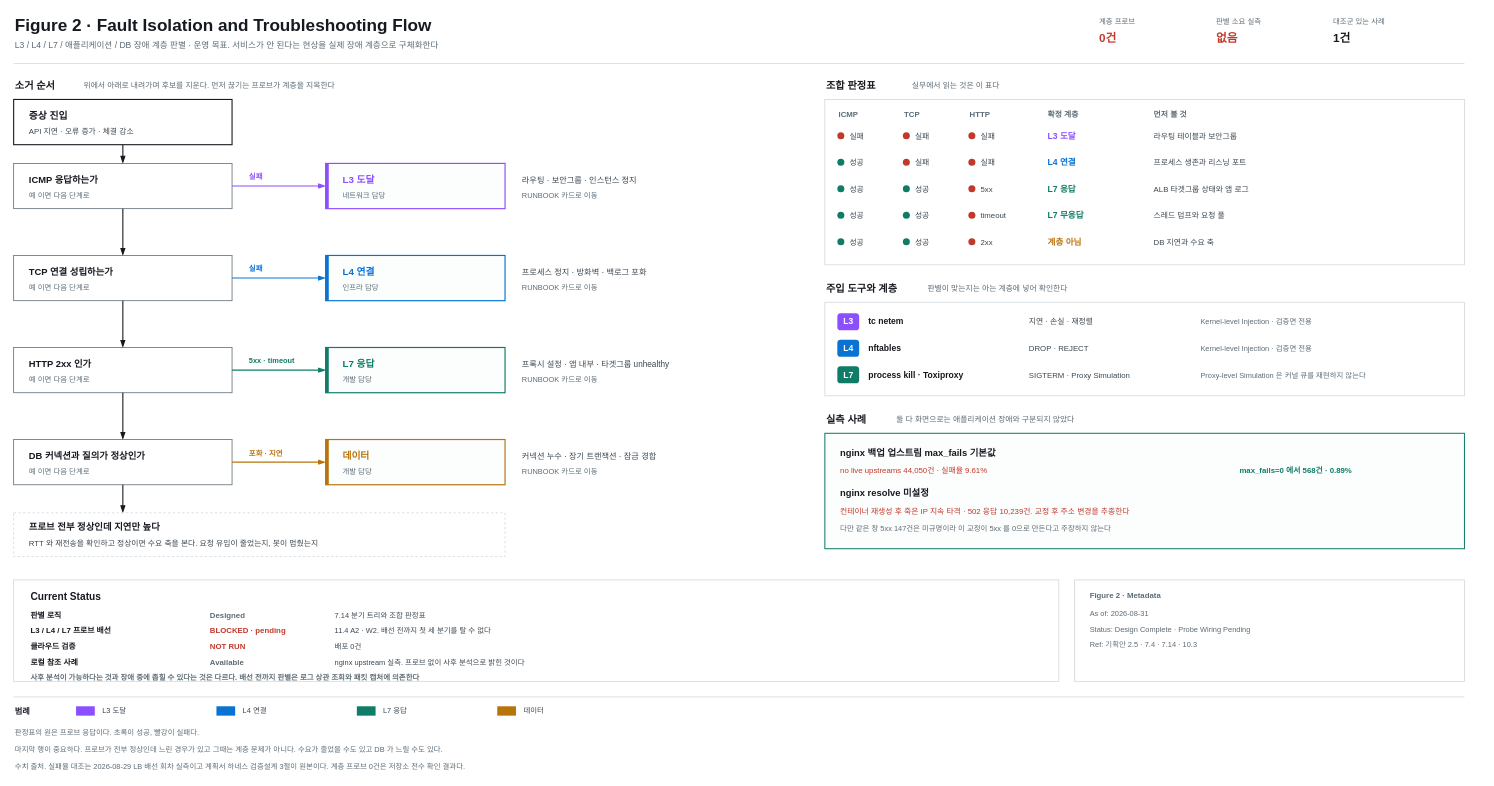
Earlier version of the draw.io diagram 제출_20260901/diagram/계층판별_트리.drawio (SanghyeokLee-KR/failstop). Source tidied: cells renumbered, new cells numbered last; positions are measured from the earlier drawing's top-left corner, leaving out a move shared by most shapes. Both pictures are drawn from the tidied source at 78%, with x=0, y=0 at pixel (13, 13).
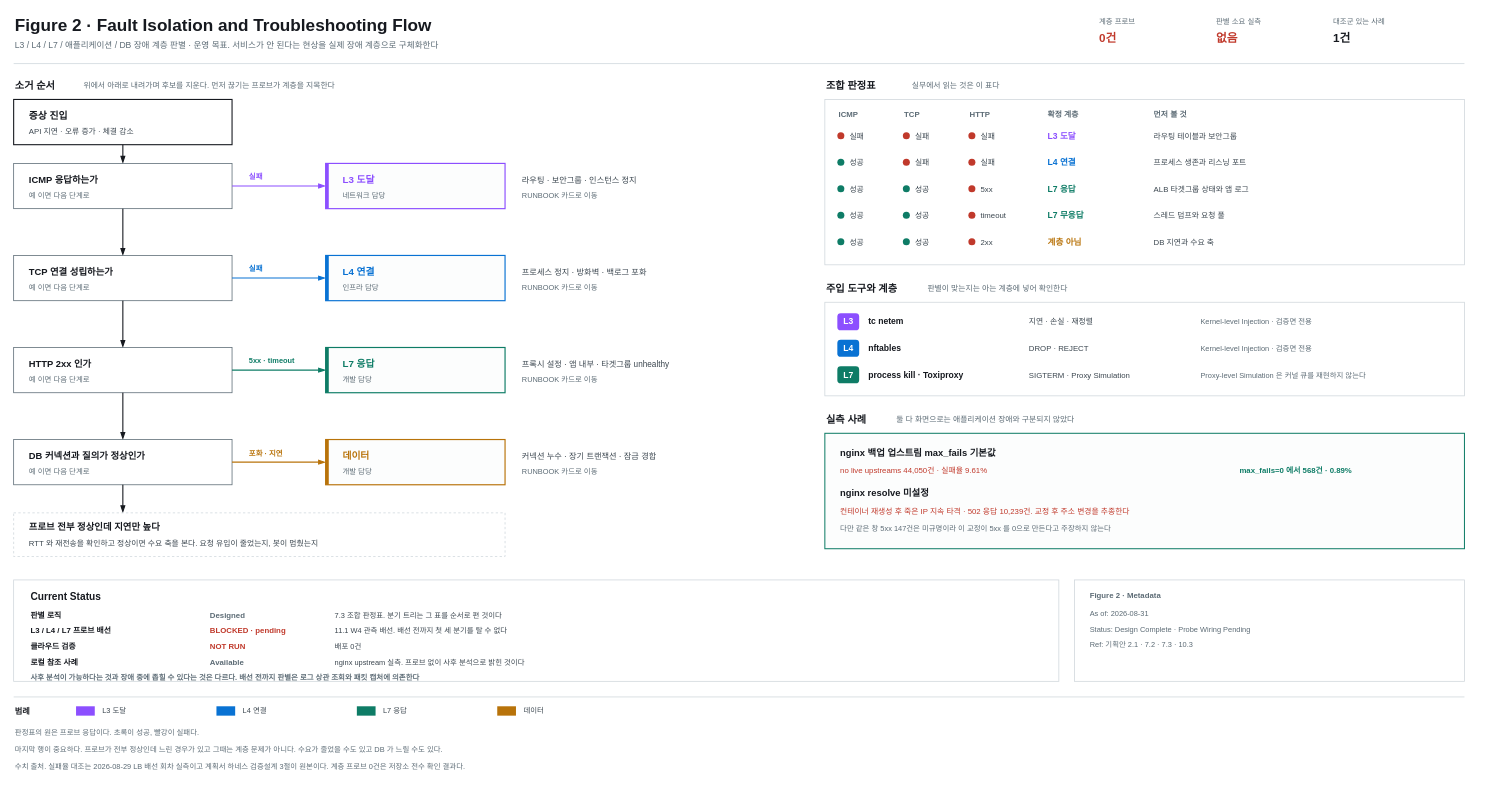
The same diagram, later.

Diff of the diagram source:
```diff
@@
-    <mxCell id="144" value="7.14 분기 트리와 조합 판정표" style="text;html=1;strokeColor=none;fillColor=none;align=left;verticalAlign=middle;whiteSpace=wrap;fontSize=9.5;fontColor=#3C4750;fontStyle=0;fontFamily=Malgun Gothic;" parent="1" vertex="1">
+    <mxCell id="144" value="7.3 조합 판정표. 분기 트리는 그 표를 순서로 편 것이다" style="text;html=1;strokeColor=none;fillColor=none;align=left;verticalAlign=middle;whiteSpace=wrap;fontSize=9.5;fontColor=#3C4750;fontStyle=0;fontFamily=Malgun Gothic;" parent="1" vertex="1">
       <mxGeometry x="410" y="762" width="900" height="18" as="geometry" />
     </mxCell>
@@
-    <mxCell id="147" value="11.4 A2 · W2. 배선 전까지 첫 세 분기를 탈 수 없다" style="text;html=1;strokeColor=none;fillColor=none;align=left;verticalAlign=middle;whiteSpace=wrap;fontSize=9.5;fontColor=#3C4750;fontStyle=0;fontFamily=Malgun Gothic;" parent="1" vertex="1">
+    <mxCell id="147" value="11.1 W4 관측 배선. 배선 전까지 첫 세 분기를 탈 수 없다" style="text;html=1;strokeColor=none;fillColor=none;align=left;verticalAlign=middle;whiteSpace=wrap;fontSize=9.5;fontColor=#3C4750;fontStyle=0;fontFamily=Malgun Gothic;" parent="1" vertex="1">
       <mxGeometry x="410" y="782" width="900" height="18" as="geometry" />
     </mxCell>
@@
-    <mxCell id="159" value="Ref: 기획안 2.5 · 7.4 · 7.14 · 10.3" style="text;html=1;strokeColor=none;fillColor=none;align=left;verticalAlign=middle;whiteSpace=wrap;fontSize=9.5;fontColor=#5C6B75;fontStyle=0;fontFamily=Malgun Gothic;" parent="1" vertex="1">
+    <mxCell id="159" value="Ref: 기획안 2.1 · 7.2 · 7.3 · 10.3" style="text;html=1;strokeColor=none;fillColor=none;align=left;verticalAlign=middle;whiteSpace=wrap;fontSize=9.5;fontColor=#5C6B75;fontStyle=0;fontFamily=Malgun Gothic;" parent="1" vertex="1">
       <mxGeometry x="1378" y="800" width="460" height="18" as="geometry" />
     </mxCell>
```
